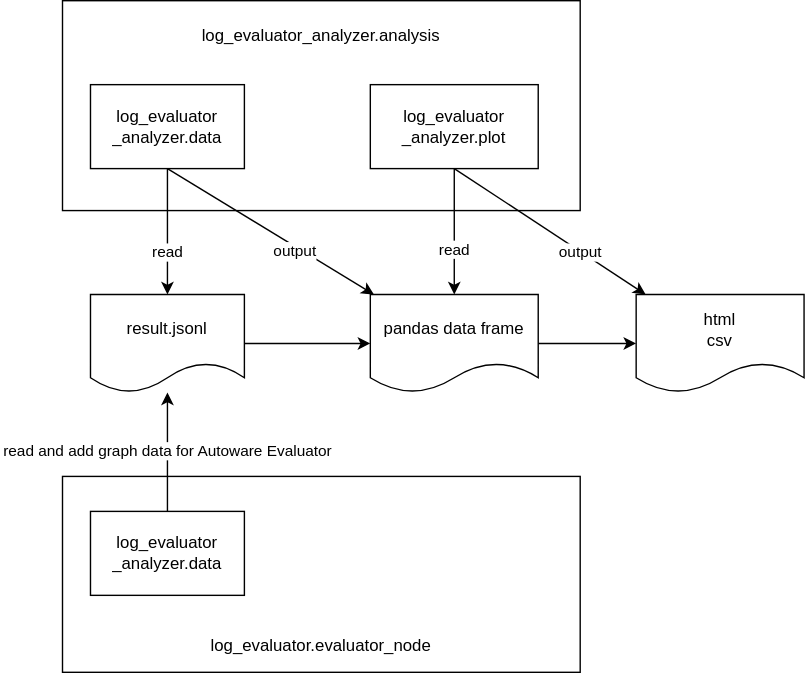
tier4/driving_log_replayer keeps this draw.io diagram as docs/analyzer/images/architecture.drawio.svg. Above is the earlier version. Source tidied: cells renumbered, new cells last; positions are measured from the earlier drawing's top-left corner, leaving out a move shared by most shapes.
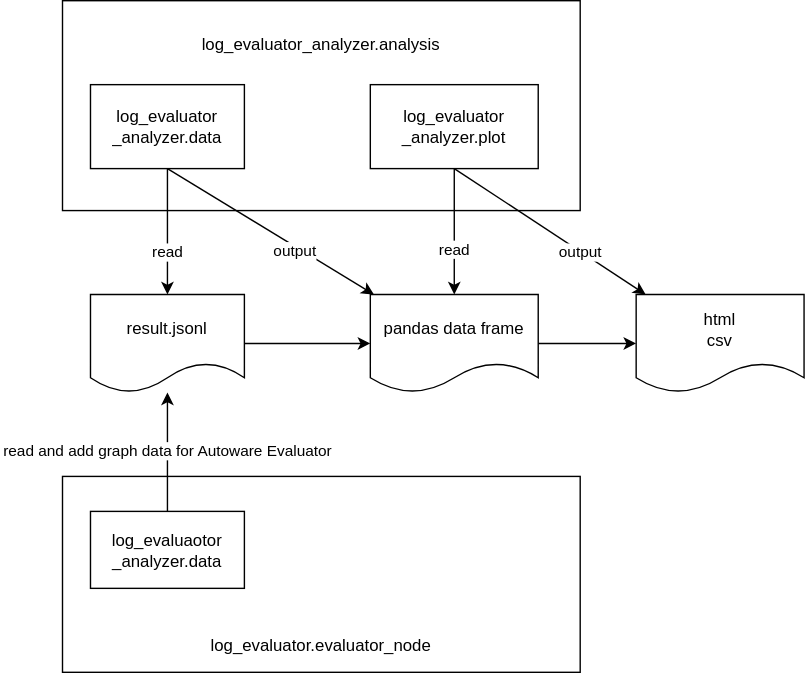
Above is the later version.

The edit, as a diff of the source:
```diff
@@ -2,19 +2,19 @@
   <root>
     <mxCell id="0" />
     <mxCell id="1" parent="0" />
-    <mxCell id="2" value="driving_log_replayer_analyzer.analysis&lt;br&gt;&lt;br&gt;&lt;br&gt;&lt;br&gt;&lt;br&gt;&lt;br&gt;&lt;br&gt;&lt;br&gt;" style="rounded=0;html=1;whiteSpace=wrap;" parent="1" vertex="1">
+    <mxCell id="2" value="log_evaluator_analyzer.analysis&lt;br&gt;&lt;br&gt;&lt;br&gt;&lt;br&gt;&lt;br&gt;&lt;br&gt;&lt;div&gt;&lt;br/&gt;&lt;/div&gt;" style="rounded=0;html=1;whiteSpace=wrap;" parent="1" vertex="1">
       <mxGeometry width="370" height="150" as="geometry" />
     </mxCell>
     <mxCell id="3" value="read" style="edgeStyle=none;html=1;exitX=0.5;exitY=1;exitDx=0;exitDy=0;" parent="1" edge="1" source="4" target="8">
       <mxGeometry x="0.33" relative="1" as="geometry" />
     </mxCell>
-    <mxCell id="4" value="driving_log_replayer&lt;br&gt;_analyzer.data" style="rounded=0;html=1;whiteSpace=wrap;" parent="1" vertex="1">
+    <mxCell id="4" value="log_evaluator&lt;br&gt;_analyzer.data" style="rounded=0;html=1;whiteSpace=wrap;" parent="1" vertex="1">
       <mxGeometry x="20" y="60" width="110" height="60" as="geometry" />
     </mxCell>
     <mxCell id="5" value="output" style="edgeStyle=none;html=1;exitX=0.5;exitY=1;exitDx=0;exitDy=0;" parent="1" edge="1" source="6" target="11">
       <mxGeometry x="0.32" y="-1" relative="1" as="geometry" />
     </mxCell>
-    <mxCell id="6" value="driving_log_replayer&lt;br&gt;_analyzer.plot" style="rounded=0;whiteSpace=wrap;html=1;" parent="1" vertex="1">
+    <mxCell id="6" value="log_evaluator&lt;div&gt;_analyzer.plot&lt;/div&gt;" style="rounded=0;whiteSpace=wrap;html=1;" parent="1" vertex="1">
       <mxGeometry x="220" y="60" width="120" height="60" as="geometry" />
     </mxCell>
     <mxCell id="7" style="edgeStyle=none;html=1;" parent="1" edge="1" source="8" target="10">
@@ -44,14 +44,14 @@
     <mxCell id="15" value="read" style="edgeLabel;html=1;align=center;verticalAlign=middle;" parent="14" vertex="1">
       <mxGeometry x="0.27" y="-1" relative="1" as="geometry" />
     </mxCell>
-    <mxCell id="16" value="&lt;br&gt;&lt;br&gt;&lt;br&gt;&lt;br&gt;&lt;br&gt;&lt;br&gt;&lt;br&gt;driving_log_replayer.evaluator_node" style="rounded=0;html=1;whiteSpace=wrap;" parent="1" vertex="1">
+    <mxCell id="16" value="&lt;br&gt;&lt;br&gt;&lt;br&gt;&lt;br&gt;&lt;br&gt;&lt;br&gt;&lt;br&gt;log_evaluator.evaluator_node" style="rounded=0;html=1;whiteSpace=wrap;" parent="1" vertex="1">
       <mxGeometry y="340" width="370" height="140" as="geometry" />
     </mxCell>
     <mxCell id="17" value="read and add graph data for Autoware Evaluator&amp;nbsp;" style="edgeStyle=none;html=1;exitX=0.5;exitY=0;exitDx=0;exitDy=0;" parent="1" edge="1" source="18" target="8">
       <mxGeometry relative="1" as="geometry" />
     </mxCell>
-    <mxCell id="18" value="driving_log_replayer&lt;br&gt;_analyzer.data" style="rounded=0;html=1;whiteSpace=wrap;" parent="1" vertex="1">
-      <mxGeometry x="20" y="365" width="110" height="60" as="geometry" />
+    <mxCell id="18" value="log_evaluaotor&lt;div&gt;_analyzer.data&lt;/div&gt;" style="rounded=0;html=1;whiteSpace=wrap;" parent="1" vertex="1">
+      <mxGeometry x="20" y="365" width="110" height="55" as="geometry" />
     </mxCell>
   </root>
 </mxGraphModel>
```
